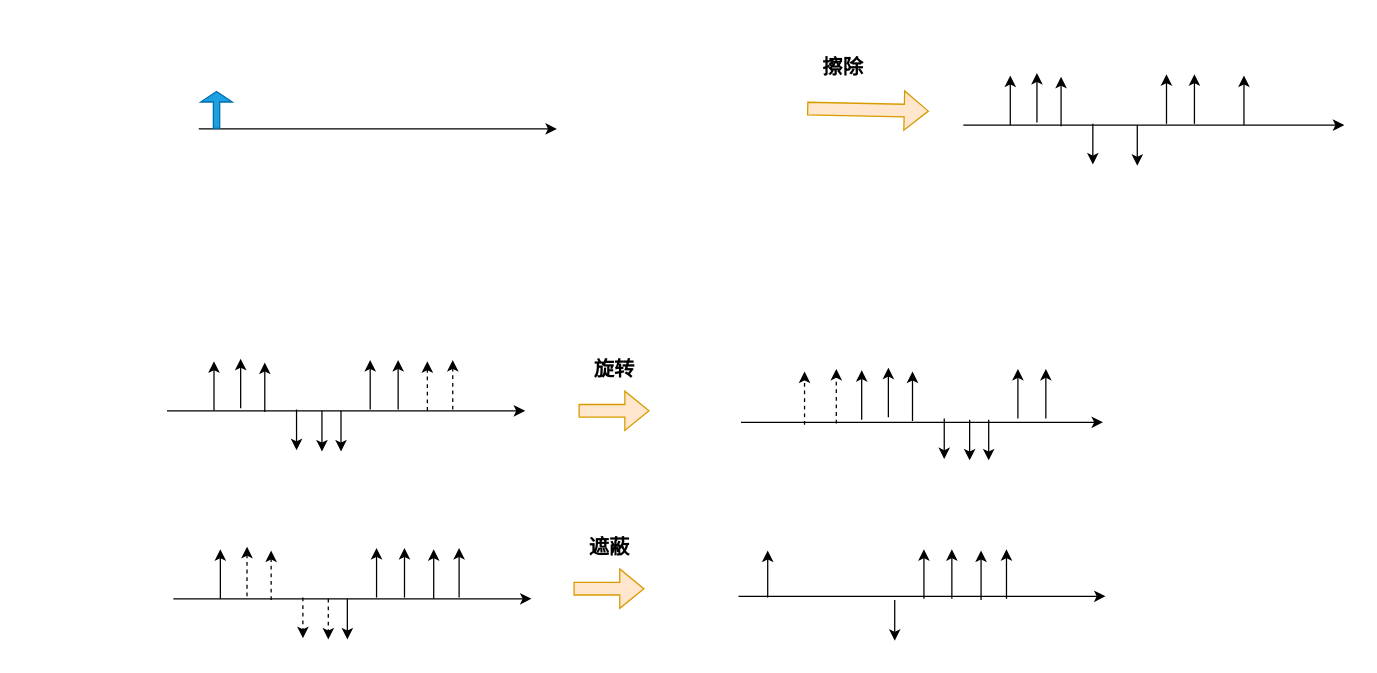
Above: 空间数据增强.drawio in lilang0710/ll (draw.io), before the change. Source tidied: cells renumbered, new cells numbered last; positions are measured from the earlier drawing's top-left corner, leaving out a move shared by most shapes. Both pictures are drawn from the tidied source at 127%, with x=0, y=0 at pixel (166, 46).
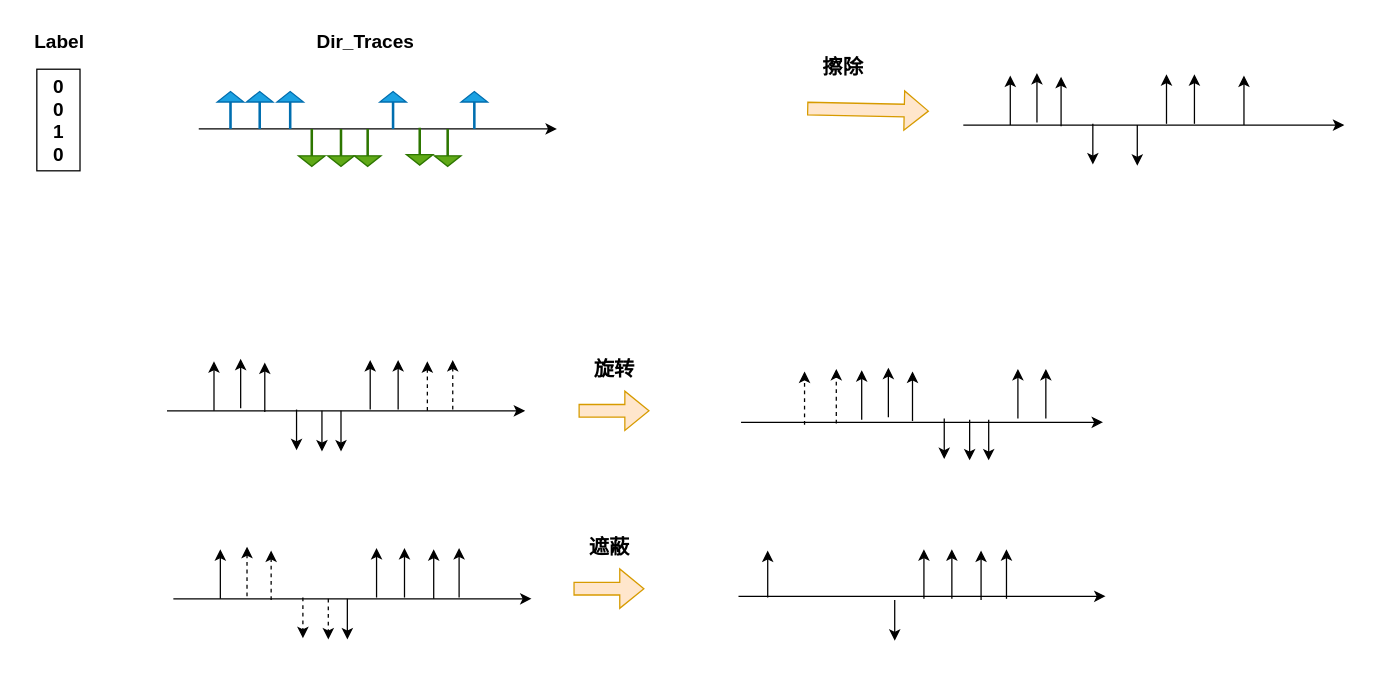
After the change.

Commit message (it also covers changes not shown here):
更新空间数据增强.drawio

The edit, as a diff of the source:
```diff
@@
-    <mxCell id="58" style="shape=flexArrow;endArrow=classic;html=1;rounded=0;fillColor=#1ba1e2;strokeColor=#006EAF;endWidth=19;endSize=2.44;width=5;" parent="1" edge="1">
+    <mxCell id="58" style="shape=flexArrow;endArrow=classic;html=1;rounded=0;endWidth=19;endSize=2.44;width=1;fillColor=#1ba1e2;strokeColor=#006EAF;" parent="1" edge="1">
       <mxGeometry relative="1" as="geometry">
-        <mxPoint x="39" y="65" as="sourcePoint" />
-        <mxPoint x="39" y="35" as="targetPoint" />
+        <mxPoint x="73" y="65" as="sourcePoint" />
+        <mxPoint x="73" y="35" as="targetPoint" />
       </mxGeometry>
     </mxCell>
+    <mxCell id="59" style="shape=flexArrow;endArrow=classic;html=1;rounded=0;endWidth=19;endSize=2.44;width=1;fillColor=#1ba1e2;strokeColor=#006EAF;" parent="1" edge="1">
+      <mxGeometry relative="1" as="geometry">
+        <mxPoint x="97" y="65" as="sourcePoint" />
+        <mxPoint x="97" y="35" as="targetPoint" />
+      </mxGeometry>
+    </mxCell>
+    <mxCell id="60" style="shape=flexArrow;endArrow=classic;html=1;rounded=0;endWidth=19;endSize=2.44;width=1;fillColor=#1ba1e2;strokeColor=#006EAF;" parent="1" edge="1">
+      <mxGeometry relative="1" as="geometry">
+        <mxPoint x="50" y="65" as="sourcePoint" />
+        <mxPoint x="50" y="35" as="targetPoint" />
+      </mxGeometry>
+    </mxCell>
+    <mxCell id="61" style="shape=flexArrow;endArrow=classic;html=1;rounded=0;fillColor=#60a917;strokeColor=#2D7600;endWidth=19;endSize=2.44;width=1;" parent="1" edge="1">
+      <mxGeometry relative="1" as="geometry">
+        <mxPoint x="114" y="65" as="sourcePoint" />
+        <mxPoint x="114" y="95" as="targetPoint" />
+      </mxGeometry>
+    </mxCell>
+    <mxCell id="62" style="shape=flexArrow;endArrow=classic;html=1;rounded=0;fillColor=#60a917;strokeColor=#2D7600;endWidth=19;endSize=2.44;width=1;" parent="1" edge="1">
+      <mxGeometry relative="1" as="geometry">
+        <mxPoint x="137" y="65" as="sourcePoint" />
+        <mxPoint x="137" y="95" as="targetPoint" />
+      </mxGeometry>
+    </mxCell>
+    <mxCell id="63" style="shape=flexArrow;endArrow=classic;html=1;rounded=0;fillColor=#60a917;strokeColor=#2D7600;endWidth=19;endSize=2.44;width=1;" parent="1" edge="1">
+      <mxGeometry relative="1" as="geometry">
+        <mxPoint x="158" y="65" as="sourcePoint" />
+        <mxPoint x="158" y="95" as="targetPoint" />
+      </mxGeometry>
+    </mxCell>
+    <mxCell id="64" style="shape=flexArrow;endArrow=classic;html=1;rounded=0;endWidth=19;endSize=2.44;width=1;fillColor=#1ba1e2;strokeColor=#006EAF;" parent="1" edge="1">
+      <mxGeometry relative="1" as="geometry">
+        <mxPoint x="178" y="65" as="sourcePoint" />
+        <mxPoint x="178" y="35" as="targetPoint" />
+      </mxGeometry>
+    </mxCell>
+    <mxCell id="65" style="shape=flexArrow;endArrow=classic;html=1;rounded=0;fillColor=#60a917;strokeColor=#2D7600;endWidth=19;endSize=2.44;width=1;" parent="1" edge="1">
+      <mxGeometry relative="1" as="geometry">
+        <mxPoint x="199" y="64" as="sourcePoint" />
+        <mxPoint x="199" y="94" as="targetPoint" />
+      </mxGeometry>
+    </mxCell>
+    <mxCell id="66" style="shape=flexArrow;endArrow=classic;html=1;rounded=0;fillColor=#60a917;strokeColor=#2D7600;endWidth=19;endSize=2.44;width=1;" parent="1" edge="1">
+      <mxGeometry relative="1" as="geometry">
+        <mxPoint x="221" y="65" as="sourcePoint" />
+        <mxPoint x="221" y="95" as="targetPoint" />
+      </mxGeometry>
+    </mxCell>
+    <mxCell id="67" style="shape=flexArrow;endArrow=classic;html=1;rounded=0;endWidth=19;endSize=2.44;width=1;fillColor=#1ba1e2;strokeColor=#006EAF;" parent="1" edge="1">
+      <mxGeometry relative="1" as="geometry">
+        <mxPoint x="242" y="65" as="sourcePoint" />
+        <mxPoint x="242" y="35" as="targetPoint" />
+      </mxGeometry>
+    </mxCell>
+    <mxCell id="68" value="&lt;b&gt;&lt;font style=&quot;font-size: 15px;&quot;&gt;Dir_Traces&lt;/font&gt;&lt;/b&gt;" style="text;html=1;align=center;verticalAlign=middle;strokeColor=none;fillColor=none;" parent="1" vertex="1">
+      <mxGeometry x="108" y="-19" width="95" height="30" as="geometry" />
+    </mxCell>
+    <mxCell id="69" value="&lt;b&gt;&lt;font style=&quot;font-size: 15px;&quot;&gt;Label&lt;/font&gt;&lt;/b&gt;" style="text;html=1;align=center;verticalAlign=middle;strokeColor=none;fillColor=none;" parent="1" vertex="1">
+      <mxGeometry x="-114" y="-19" width="57" height="30" as="geometry" />
+    </mxCell>
+    <mxCell id="70" value="&lt;div style=&quot;font-size: 15px;&quot;&gt;&lt;b&gt;&lt;font style=&quot;font-size: 15px;&quot;&gt;0&lt;/font&gt;&lt;/b&gt;&lt;/div&gt;&lt;div style=&quot;font-size: 15px;&quot;&gt;&lt;b&gt;&lt;font style=&quot;font-size: 15px;&quot;&gt;0&lt;br&gt;&lt;/font&gt;&lt;/b&gt;&lt;/div&gt;&lt;div style=&quot;font-size: 15px;&quot;&gt;&lt;b&gt;&lt;font style=&quot;font-size: 15px;&quot;&gt;1&lt;/font&gt;&lt;/b&gt;&lt;/div&gt;&lt;div style=&quot;font-size: 15px;&quot;&gt;&lt;b&gt;&lt;font style=&quot;font-size: 15px;&quot;&gt;&lt;font style=&quot;font-size: 15px;&quot;&gt;0&lt;/font&gt;&lt;br&gt;&lt;/font&gt;&lt;/b&gt;&lt;/div&gt;" style="rounded=0;whiteSpace=wrap;html=1;" parent="1" vertex="1">
+      <mxGeometry x="-102.5" y="18" width="34" height="80" as="geometry" />
+    </mxCell>
```
